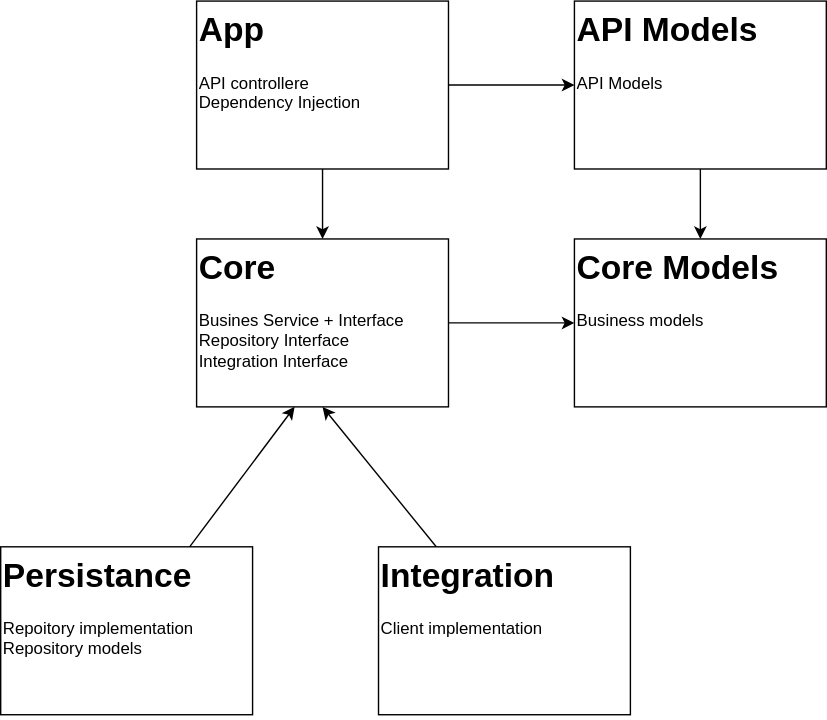
Before: content/authentication/reference/architecture/projectstructure.drawio.svg, a diagram exported from draw.io (Altinn/altinn-studio-docs). Source tidied: cells renumbered, new cells last; positions are measured from the earlier drawing's top-left corner, leaving out a move shared by most shapes.
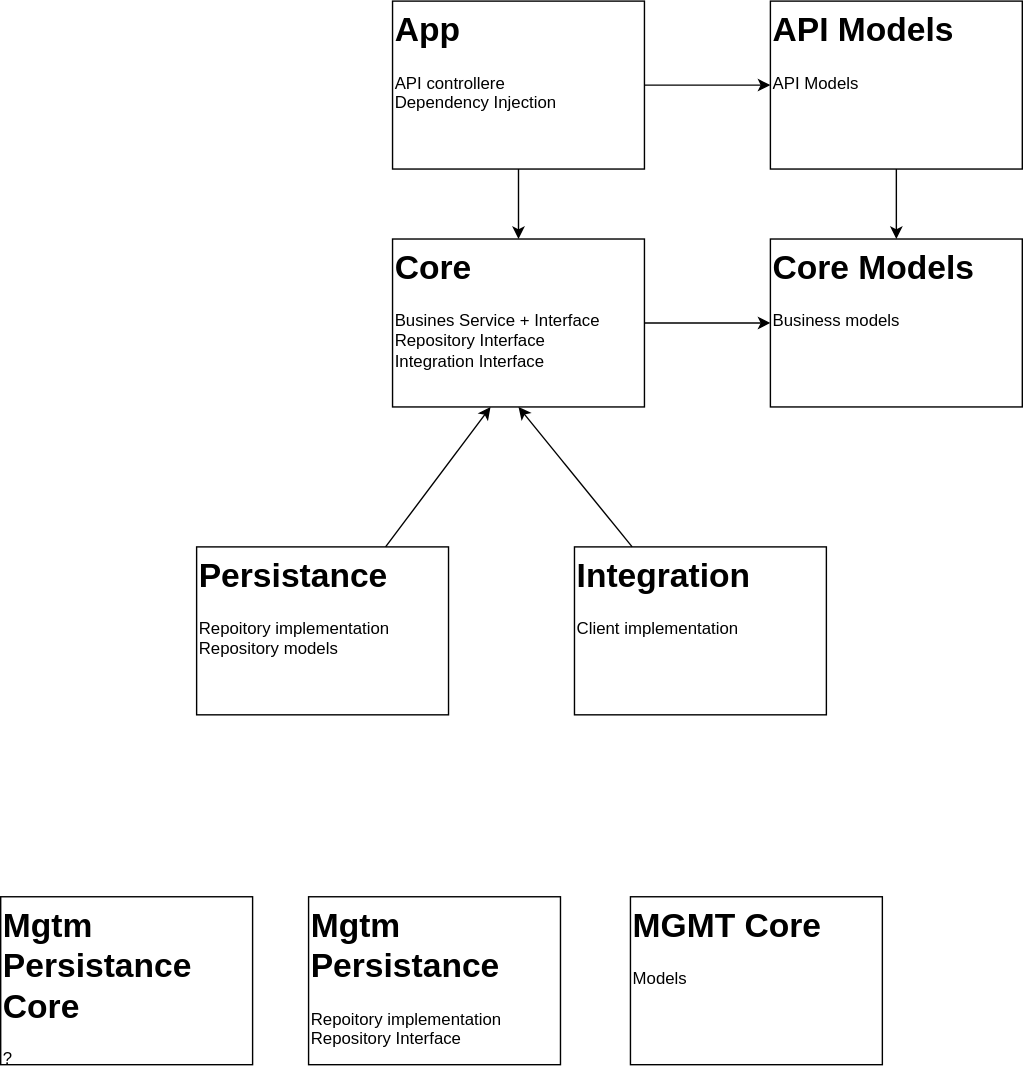
The same file after the commit.

The edit, as a diff of the source:
```diff
@@ -38,5 +38,14 @@
     <mxCell id="13" style="edgeStyle=none;html=1;entryX=0.389;entryY=1;entryDx=0;entryDy=0;entryPerimeter=0;" parent="1" edge="1" source="5" target="3">
       <mxGeometry relative="1" as="geometry" />
     </mxCell>
+    <mxCell id="14" value="&lt;h1 style=&quot;margin-top: 0px;&quot;&gt;Mgtm Persistance&lt;/h1&gt;&lt;p&gt;Repoitory implementation&lt;br&gt;Repository Interface&lt;br&gt;&lt;br&gt;&lt;/p&gt;" style="text;html=1;whiteSpace=wrap;overflow=hidden;rounded=0;strokeColor=default;" parent="1" vertex="1">
+      <mxGeometry x="80" y="640" width="180" height="120" as="geometry" />
+    </mxCell>
+    <mxCell id="15" value="&lt;h1 style=&quot;margin-top: 0px;&quot;&gt;MGMT Core&amp;nbsp;&lt;/h1&gt;&lt;p&gt;Models&lt;br&gt;&lt;br&gt;&lt;/p&gt;" style="text;html=1;whiteSpace=wrap;overflow=hidden;rounded=0;strokeColor=default;" parent="1" vertex="1">
+      <mxGeometry x="310" y="640" width="180" height="120" as="geometry" />
+    </mxCell>
+    <mxCell id="16" value="&lt;h1 style=&quot;margin-top: 0px;&quot;&gt;Mgtm Persistance Core&lt;/h1&gt;&lt;p&gt;?&lt;/p&gt;" style="text;html=1;whiteSpace=wrap;overflow=hidden;rounded=0;strokeColor=default;" parent="1" vertex="1">
+      <mxGeometry x="-140" y="640" width="180" height="120" as="geometry" />
+    </mxCell>
   </root>
 </mxGraphModel>
```
